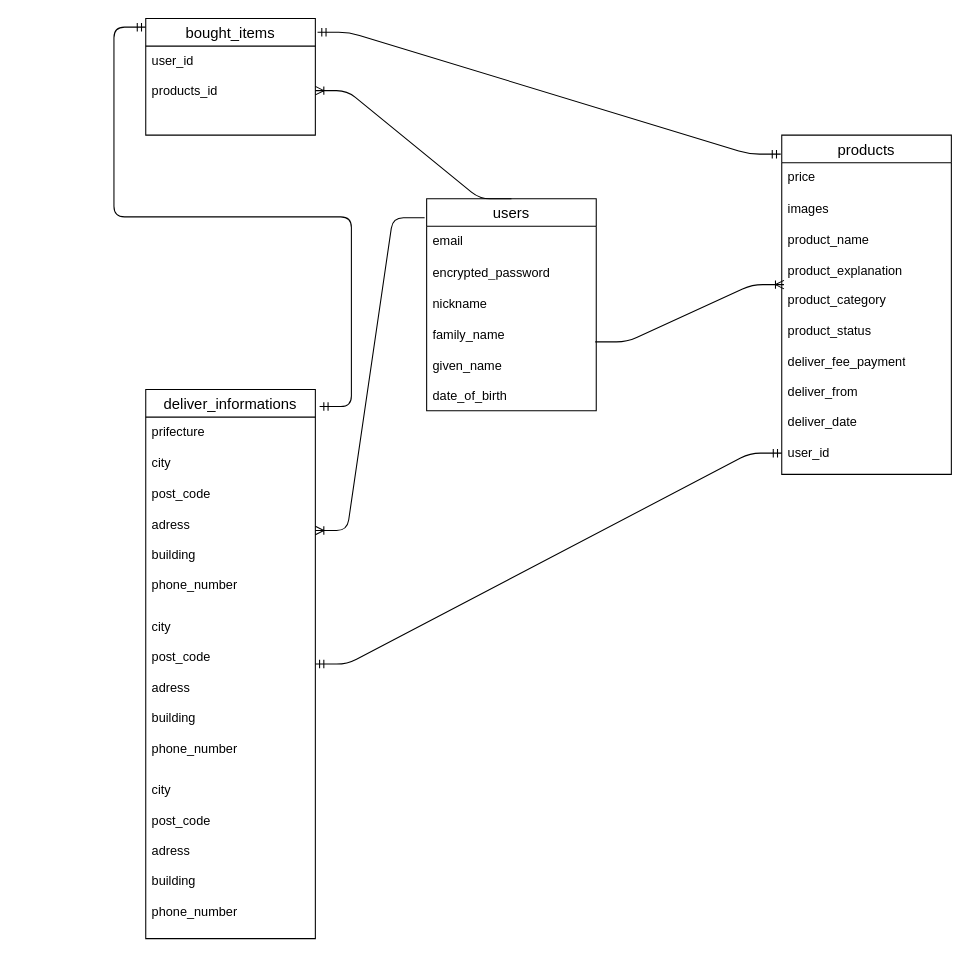
Above: db/test.dio in kotagau/furima-42269 (draw.io), before the change. Source tidied: cells renumbered, new cells numbered last; positions are measured from the earlier drawing's top-left corner, leaving out a move shared by most shapes. Both pictures are drawn from the tidied source at 106%, with x=0, y=0 at pixel (18, 18).
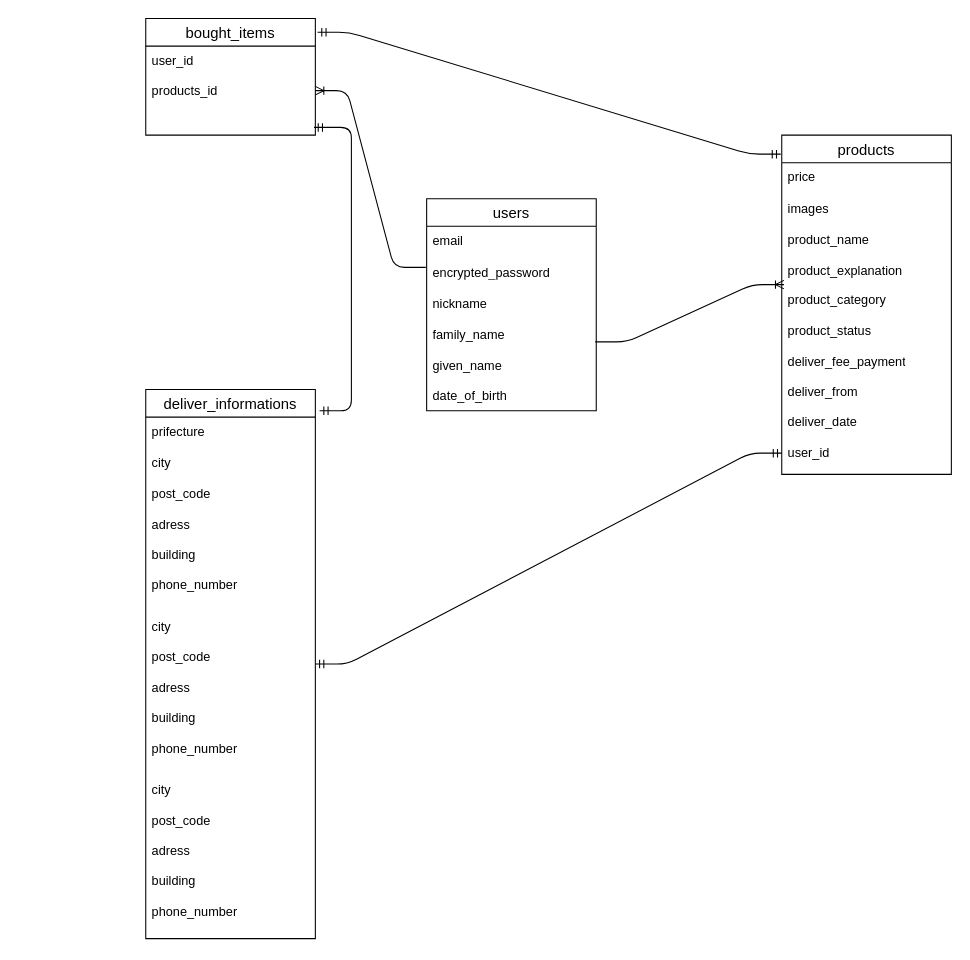
Above is the later version.

Unchanged cells that the change refers to:
```xml
<mxCell id="4" value="users" style="swimlane;fontStyle=0;horizontal=1;startSize=26;align=center;fontSize=14;" parent="1" vertex="1">
  <mxGeometry x="385" y="170" width="160" height="200" as="geometry" />
</mxCell>
<mxCell id="6" value="encrypted_password" style="text;strokeColor=none;fillColor=none;spacingLeft=4;spacingRight=4;overflow=hidden;points=[[0,0.5],[1,0.5]];portConstraint=eastwest;fontSize=12;whiteSpace=wrap;html=1;" parent="4" vertex="1">
  <mxGeometry y="56" width="160" height="30" as="geometry" />
</mxCell>
<mxCell id="11" value="deliver_informations" style="swimlane;fontStyle=0;horizontal=1;startSize=26;align=center;fontSize=14;" parent="1" vertex="1">
  <mxGeometry x="120" y="350" width="160" height="518" as="geometry" />
</mxCell>
<mxCell id="14" value="city&lt;div&gt;&lt;br&gt;&lt;/div&gt;&lt;div&gt;post_code&lt;/div&gt;&lt;div&gt;&lt;br&gt;&lt;/div&gt;&lt;div&gt;adress&lt;/div&gt;&lt;div&gt;&lt;br&gt;&lt;/div&gt;&lt;div&gt;building&lt;/div&gt;&lt;div&gt;&lt;br&gt;&lt;/div&gt;&lt;div&gt;phone_number&lt;/div&gt;" style="text;strokeColor=none;fillColor=none;spacingLeft=4;spacingRight=4;overflow=hidden;points=[[0,0.5],[1,0.5]];portConstraint=eastwest;fontSize=12;whiteSpace=wrap;html=1;" parent="11" vertex="1">
  <mxGeometry y="56" width="160" height="154" as="geometry" />
</mxCell>
<mxCell id="18" value="user_id&lt;div&gt;&lt;br&gt;&lt;/div&gt;&lt;div&gt;products_id&lt;/div&gt;" style="text;strokeColor=none;fillColor=none;spacingLeft=4;spacingRight=4;overflow=hidden;points=[[0,0.5],[1,0.5]];portConstraint=eastwest;fontSize=12;whiteSpace=wrap;html=1;" parent="17" vertex="1">
  <mxGeometry y="26" width="160" height="84" as="geometry" />
</mxCell>
```

The edit, as a diff of the source:
```diff
@@
-    <mxCell id="12" style="edgeStyle=entityRelationEdgeStyle;fontSize=12;html=1;endArrow=ERmandOne;startArrow=ERmandOne;exitX=1.025;exitY=0.031;exitDx=0;exitDy=0;exitPerimeter=0;entryX=0;entryY=0.173;entryDx=0;entryDy=0;entryPerimeter=0;" parent="11" edge="1" source="11">
+    <mxCell id="12" style="edgeStyle=entityRelationEdgeStyle;fontSize=12;html=1;endArrow=ERmandOne;startArrow=ERmandOne;entryX=0.992;entryY=0.913;entryDx=0;entryDy=0;entryPerimeter=0;" parent="11" edge="1" target="18">
       <mxGeometry relative="1" as="geometry">
-        <mxPoint y="-341.9" as="targetPoint" />
+        <mxPoint x="164" y="20" as="sourcePoint" />
+        <Array as="points">
+          <mxPoint x="120" y="-20" />
+          <mxPoint x="-30" y="30" />
+        </Array>
       </mxGeometry>
     </mxCell>
@@
-    <mxCell id="22" style="edgeStyle=entityRelationEdgeStyle;fontSize=12;html=1;endArrow=ERoneToMany;entryX=1;entryY=0.5;entryDx=0;entryDy=0;exitX=-0.012;exitY=0.09;exitDx=0;exitDy=0;exitPerimeter=0;" parent="1" edge="1" source="4" target="14">
-      <mxGeometry relative="1" as="geometry" />
-    </mxCell>
@@
-    <mxCell id="24" style="edgeStyle=entityRelationEdgeStyle;fontSize=12;html=1;endArrow=ERoneToMany;exitX=0.5;exitY=0;exitDx=0;exitDy=0;" parent="1" edge="1" source="4" target="18">
+    <mxCell id="24" style="edgeStyle=entityRelationEdgeStyle;fontSize=12;html=1;endArrow=ERoneToMany;exitX=-0.005;exitY=0.291;exitDx=0;exitDy=0;exitPerimeter=0;" parent="1" edge="1" source="6" target="18">
       <mxGeometry relative="1" as="geometry" />
     </mxCell>
```
